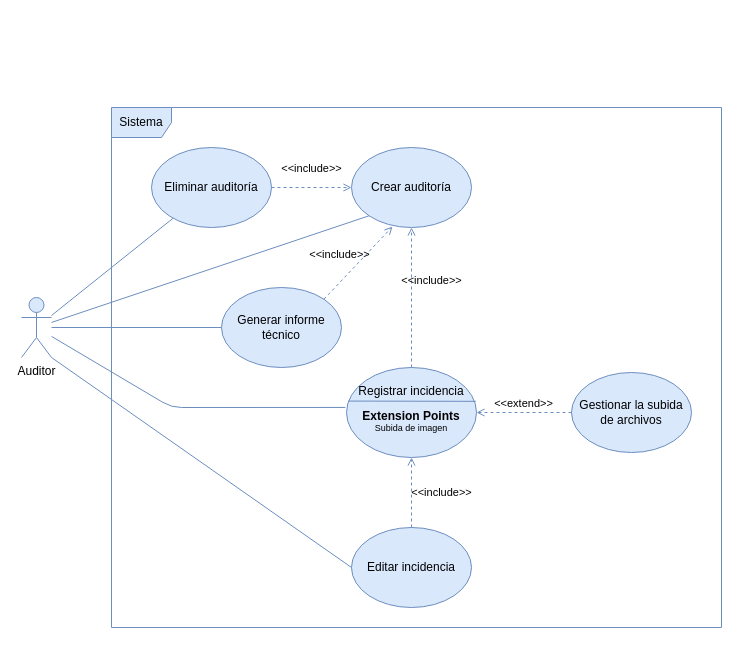
The draw.io diagram page "Gestión de auditorías" (2 of 3) of useCases.drawio in Carrivax/diagrams, before the edit. Source tidied: cells renumbered, new cells numbered last; positions are measured from the earlier drawing's top-left corner, leaving out a move shared by most shapes. Both pictures are drawn from the tidied source at 100%, with x=0, y=0 at pixel (21, 107).
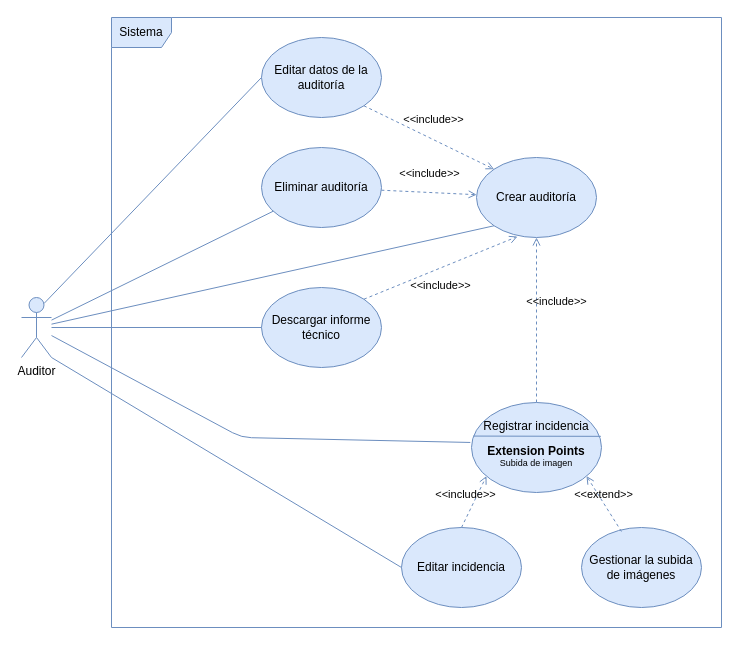
The same page after the edit.

Unchanged cells that the change refers to:
```xml
<mxCell id="3" value="&lt;div&gt;Auditor&lt;/div&gt;&lt;div&gt;&lt;br&gt;&lt;/div&gt;" style="shape=umlActor;verticalLabelPosition=bottom;verticalAlign=top;html=1;outlineConnect=0;fillColor=#dae8fc;strokeColor=#6c8ebf;" parent="1" vertex="1">
  <mxGeometry y="190" width="30" height="60" as="geometry" />
</mxCell>
<mxCell id="17" value="&lt;div&gt;Registrar incidencia&lt;/div&gt;&lt;div&gt;&lt;br&gt;&lt;/div&gt;&lt;div&gt;&lt;br&gt;&lt;/div&gt;&lt;div&gt;&lt;br&gt;&lt;/div&gt;" style="ellipse;whiteSpace=wrap;html=1;fillColor=#dae8fc;strokeColor=#6c8ebf;" parent="16" vertex="1">
  <mxGeometry y="-10" width="130" height="90" as="geometry" />
</mxCell>
<mxCell id="19" value="&lt;div&gt;&lt;b&gt;Extension Points&lt;/b&gt;&lt;/div&gt;&lt;div style=&quot;font-size: 9px&quot;&gt;Subida de imagen&lt;b&gt;&lt;br&gt;&lt;/b&gt;&lt;/div&gt;&lt;div&gt;&lt;b&gt;&lt;br&gt;&lt;/b&gt;&lt;/div&gt;" style="text;html=1;align=center;verticalAlign=middle;whiteSpace=wrap;rounded=0;" parent="16" vertex="1">
  <mxGeometry x="15" y="26" width="100" height="50" as="geometry" />
</mxCell>
```

Change to the diagram source:
```diff
@@
     <mxCell id="2" value="Sistema" style="shape=umlFrame;whiteSpace=wrap;html=1;fillColor=#dae8fc;strokeColor=#6c8ebf;" parent="1" vertex="1">
-      <mxGeometry x="90" width="610" height="520" as="geometry" />
+      <mxGeometry x="90" y="-90" width="610" height="610" as="geometry" />
     </mxCell>
@@
     <mxCell id="4" value="Crear auditoría" style="ellipse;whiteSpace=wrap;html=1;fillColor=#dae8fc;strokeColor=#6c8ebf;" parent="1" vertex="1">
-      <mxGeometry x="330" y="40" width="120" height="80" as="geometry" />
+      <mxGeometry x="455" y="50" width="120" height="80" as="geometry" />
     </mxCell>
@@
     <mxCell id="6" value="&lt;div&gt;Editar incidencia&lt;/div&gt;" style="ellipse;whiteSpace=wrap;html=1;fillColor=#dae8fc;strokeColor=#6c8ebf;" parent="1" vertex="1">
-      <mxGeometry x="330" y="420" width="120" height="80" as="geometry" />
+      <mxGeometry x="380" y="420" width="120" height="80" as="geometry" />
     </mxCell>
     <mxCell id="7" style="endArrow=none;html=1;entryX=-0.009;entryY=0.444;entryDx=0;entryDy=0;entryPerimeter=0;fillColor=#dae8fc;strokeColor=#6c8ebf;" parent="1" edge="1" source="3" target="17">
       <mxGeometry relative="1" as="geometry">
         <Array as="points">
-          <mxPoint x="150" y="300" />
+          <mxPoint x="220" y="330" />
         </Array>
       </mxGeometry>
     </mxCell>
@@
     <mxCell id="9" value="Eliminar auditoría" style="ellipse;whiteSpace=wrap;html=1;fillColor=#dae8fc;strokeColor=#6c8ebf;" parent="1" vertex="1">
-      <mxGeometry x="130" y="40" width="120" height="80" as="geometry" />
+      <mxGeometry x="240" y="40" width="120" height="80" as="geometry" />
     </mxCell>
@@
-    <mxCell id="13" value="&amp;lt;&amp;lt;include&amp;gt;&amp;gt;" style="html=1;verticalAlign=bottom;labelBackgroundColor=none;endArrow=open;endFill=0;dashed=1;entryX=0.5;entryY=1;entryDx=0;entryDy=0;exitX=0.5;exitY=0;exitDx=0;exitDy=0;fillColor=#dae8fc;strokeColor=#6c8ebf;" parent="1" edge="1" source="6" target="17">
-      <mxGeometry x="-0.27" y="-30" relative="1" as="geometry" />
+    <mxCell id="13" value="&amp;lt;&amp;lt;include&amp;gt;&amp;gt;" style="html=1;verticalAlign=bottom;labelBackgroundColor=none;endArrow=open;endFill=0;dashed=1;entryX=0;entryY=0.75;entryDx=0;entryDy=0;exitX=0.5;exitY=0;exitDx=0;exitDy=0;fillColor=#dae8fc;strokeColor=#6c8ebf;" parent="1" edge="1" source="6" target="19">
+      <mxGeometry x="-0.2" y="7" relative="1" as="geometry" />
     </mxCell>
-    <mxCell id="14" value="Gestionar la subida de archivos" style="ellipse;whiteSpace=wrap;html=1;fillColor=#dae8fc;strokeColor=#6c8ebf;" parent="1" vertex="1">
-      <mxGeometry x="550" y="265" width="120" height="80" as="geometry" />
+    <mxCell id="14" value="Gestionar la subida de imágenes" style="ellipse;whiteSpace=wrap;html=1;fillColor=#dae8fc;strokeColor=#6c8ebf;" parent="1" vertex="1">
+      <mxGeometry x="560" y="420" width="120" height="80" as="geometry" />
     </mxCell>
-    <mxCell id="15" value="&amp;lt;&amp;lt;extend&amp;gt;&amp;gt;" style="html=1;verticalAlign=bottom;labelBackgroundColor=none;endArrow=open;endFill=0;dashed=1;entryX=1;entryY=0.5;entryDx=0;entryDy=0;exitX=0;exitY=0.5;exitDx=0;exitDy=0;fillColor=#dae8fc;strokeColor=#6c8ebf;" parent="1" edge="1" source="14" target="17">
+    <mxCell id="15" value="&amp;lt;&amp;lt;extend&amp;gt;&amp;gt;" style="html=1;verticalAlign=bottom;labelBackgroundColor=none;endArrow=open;endFill=0;dashed=1;entryX=1;entryY=0.75;entryDx=0;entryDy=0;exitX=0.333;exitY=0.05;exitDx=0;exitDy=0;fillColor=#dae8fc;strokeColor=#6c8ebf;exitPerimeter=0;" parent="1" edge="1" source="14" target="19">
       <mxGeometry relative="1" as="geometry" />
     </mxCell>
     <mxCell id="16" style="group;" parent="1" vertex="1">
-      <mxGeometry x="325" y="270" width="130" height="80" as="geometry" />
+      <mxGeometry x="450" y="305" width="130" height="80" as="geometry" />
     </mxCell>
@@
-    <mxCell id="20" value="Generar informe técnico" style="ellipse;whiteSpace=wrap;html=1;fillColor=#dae8fc;strokeColor=#6c8ebf;" parent="1" vertex="1">
-      <mxGeometry x="200" y="180" width="120" height="80" as="geometry" />
+    <mxCell id="20" value="Descargar informe técnico" style="ellipse;whiteSpace=wrap;html=1;fillColor=#dae8fc;strokeColor=#6c8ebf;" parent="1" vertex="1">
+      <mxGeometry x="240" y="180" width="120" height="80" as="geometry" />
     </mxCell>
@@
     <mxCell id="22" value="&amp;lt;&amp;lt;include&amp;gt;&amp;gt;" style="html=1;verticalAlign=bottom;labelBackgroundColor=none;endArrow=open;endFill=0;dashed=1;exitX=1;exitY=0;exitDx=0;exitDy=0;entryX=0.342;entryY=0.988;entryDx=0;entryDy=0;entryPerimeter=0;fillColor=#dae8fc;strokeColor=#6c8ebf;" parent="1" edge="1" source="20" target="4">
-      <mxGeometry x="-0.25" y="13" relative="1" as="geometry" />
+      <mxGeometry x="-0.12" y="-25" relative="1" as="geometry" />
     </mxCell>
+    <mxCell id="23" value="Editar datos de la auditoría" style="ellipse;whiteSpace=wrap;html=1;fillColor=#dae8fc;strokeColor=#6c8ebf;" parent="1" vertex="1">
+      <mxGeometry x="240" y="-70" width="120" height="80" as="geometry" />
+    </mxCell>
+    <mxCell id="24" style="endArrow=none;html=1;fillColor=#dae8fc;strokeColor=#6c8ebf;entryX=0;entryY=0.5;entryDx=0;entryDy=0;exitX=0.75;exitY=0.1;exitDx=0;exitDy=0;exitPerimeter=0;" parent="1" edge="1" source="3" target="23">
+      <mxGeometry relative="1" as="geometry" />
+    </mxCell>
+    <mxCell id="25" value="&amp;lt;&amp;lt;include&amp;gt;&amp;gt;" style="html=1;verticalAlign=bottom;labelBackgroundColor=none;endArrow=open;endFill=0;dashed=1;fillColor=#dae8fc;strokeColor=#6c8ebf;entryX=0;entryY=0;entryDx=0;entryDy=0;exitX=1;exitY=1;exitDx=0;exitDy=0;" parent="1" edge="1" source="23" target="4">
+      <mxGeometry y="10" relative="1" as="geometry" />
+    </mxCell>
```
